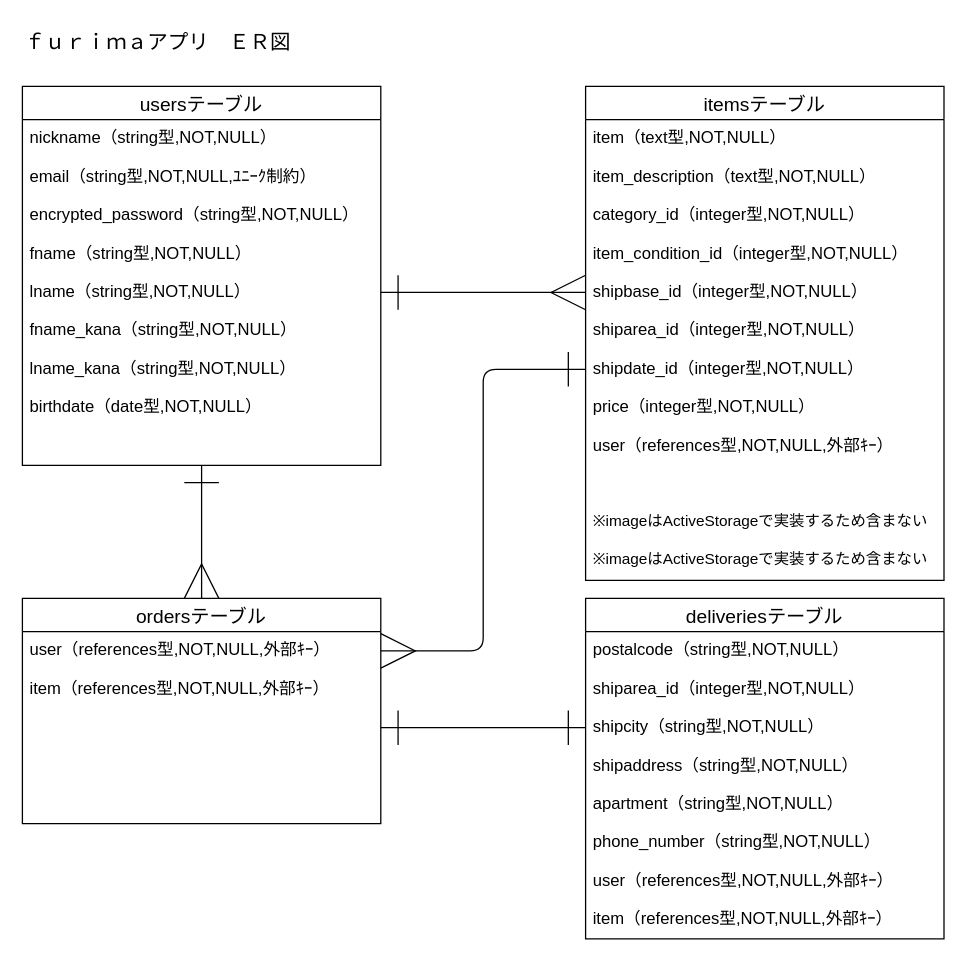
The draw.io diagram er.dio in tk10589/furima-39354, before the edit. Source tidied: cells renumbered, new cells numbered last; positions are measured from the earlier drawing's top-left corner, leaving out a move shared by most shapes. Both pictures are drawn from the tidied source at 128%, with x=0, y=0 at pixel (22, 22).
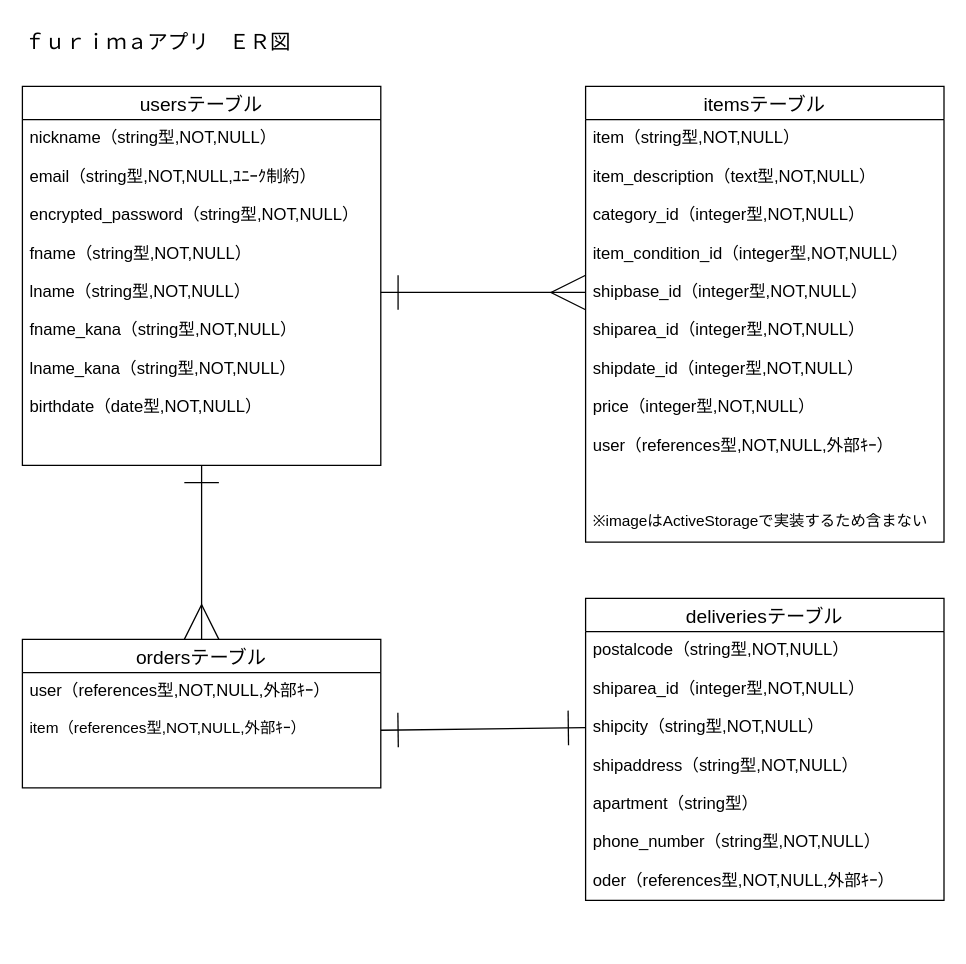
The same diagram, later.

Commit message (it also covers changes not shown here):
READMEにデータベース設計を再記述２

The change refers to these unchanged cells:
```xml
<mxCell id="20" value="shipdate_id（integer型,NOT,NULL）" style="text;strokeColor=none;fillColor=none;spacingLeft=4;spacingRight=4;overflow=hidden;points=[[0,0.5],[1,0.5]];portConstraint=eastwest;fontSize=13;" parent="13" vertex="1">
  <mxGeometry y="206" width="280" height="30" as="geometry" />
</mxCell>
<mxCell id="27" value="user（references型,NOT,NULL,外部ｷｰ）" style="text;strokeColor=none;fillColor=none;spacingLeft=4;spacingRight=4;overflow=hidden;points=[[0,0.5],[1,0.5]];portConstraint=eastwest;fontSize=13;" parent="26" vertex="1">
  <mxGeometry y="26" width="280" height="30" as="geometry" />
</mxCell>
```

Diff of the diagram source:
```diff
@@
     <mxCell id="13" value="itemsテーブル" style="swimlane;fontStyle=0;horizontal=1;startSize=26;align=center;fontSize=15;" parent="1" vertex="1">
-      <mxGeometry x="440" y="50" width="280" height="386" as="geometry" />
+      <mxGeometry x="440" y="50" width="280" height="356" as="geometry" />
     </mxCell>
-    <mxCell id="14" value="item（text型,NOT,NULL）" style="text;strokeColor=none;fillColor=none;spacingLeft=4;spacingRight=4;overflow=hidden;fontSize=13;" parent="13" vertex="1">
+    <mxCell id="14" value="item（string型,NOT,NULL）" style="text;strokeColor=none;fillColor=none;spacingLeft=4;spacingRight=4;overflow=hidden;fontSize=13;" parent="13" vertex="1">
       <mxGeometry y="26" width="280" height="30" as="geometry" />
     </mxCell>
@@
-    <mxCell id="24" value="※imageはActiveStorageで実装するため含まない" style="text;strokeColor=none;fillColor=none;spacingLeft=4;spacingRight=4;overflow=hidden;fontSize=12;" parent="13" vertex="1">
-      <mxGeometry y="326" width="280" height="30" as="geometry" />
-    </mxCell>
     <mxCell id="25" value="※imageはActiveStorageで実装するため含まない" style="text;strokeColor=none;fillColor=none;spacingLeft=4;spacingRight=4;overflow=hidden;fontSize=12;" parent="13" vertex="1">
-      <mxGeometry y="356" width="280" height="30" as="geometry" />
+      <mxGeometry y="326" width="280" height="30" as="geometry" />
     </mxCell>
     <mxCell id="26" value="ordersテーブル" style="swimlane;fontStyle=0;horizontal=1;startSize=26;align=center;fontSize=15;" parent="1" vertex="1">
-      <mxGeometry y="450" width="280" height="176" as="geometry" />
+      <mxGeometry y="482" width="280" height="116" as="geometry" />
     </mxCell>
@@
-    <mxCell id="28" value="item（references型,NOT,NULL,外部ｷｰ）" style="text;strokeColor=none;fillColor=none;spacingLeft=4;spacingRight=4;overflow=hidden;fontSize=13;" parent="26" vertex="1">
-      <mxGeometry y="56" width="280" height="30" as="geometry" />
-    </mxCell>
-    <mxCell id="29" style="text;strokeColor=none;fillColor=none;spacingLeft=4;spacingRight=4;overflow=hidden;points=[[0,0.5],[1,0.5]];portConstraint=eastwest;fontSize=12;" parent="26" vertex="1">
-      <mxGeometry y="86" width="280" height="30" as="geometry" />
+    <mxCell id="29" value="item（references型,NOT,NULL,外部ｷｰ）" style="text;strokeColor=none;fillColor=none;spacingLeft=4;spacingRight=4;overflow=hidden;points=[[0,0.5],[1,0.5]];portConstraint=eastwest;fontSize=12;" parent="26" vertex="1">
+      <mxGeometry y="56" width="280" height="30" as="geometry" />
     </mxCell>
-    <mxCell id="30" style="text;strokeColor=none;fillColor=none;spacingLeft=4;spacingRight=4;overflow=hidden;fontSize=12;" parent="26" vertex="1">
-      <mxGeometry y="116" width="280" height="30" as="geometry" />
-    </mxCell>
     <mxCell id="31" style="text;strokeColor=none;fillColor=none;spacingLeft=4;spacingRight=4;overflow=hidden;fontSize=12;" parent="26" vertex="1">
-      <mxGeometry y="146" width="280" height="30" as="geometry" />
+      <mxGeometry y="86" width="280" height="30" as="geometry" />
     </mxCell>
     <mxCell id="32" value="deliveriesテーブル" style="swimlane;fontStyle=0;horizontal=1;startSize=26;align=center;fontSize=15;" parent="1" vertex="1">
-      <mxGeometry x="440" y="450" width="280" height="266" as="geometry" />
+      <mxGeometry x="440" y="450" width="280" height="236" as="geometry" />
     </mxCell>
@@
-    <mxCell id="37" value="apartment（string型,NOT,NULL）" style="text;strokeColor=none;fillColor=none;spacingLeft=4;spacingRight=4;overflow=hidden;fontSize=13;" parent="32" vertex="1">
+    <mxCell id="37" value="apartment（string型）" style="text;strokeColor=none;fillColor=none;spacingLeft=4;spacingRight=4;overflow=hidden;fontSize=13;" parent="32" vertex="1">
       <mxGeometry y="146" width="280" height="30" as="geometry" />
     </mxCell>
@@
-    <mxCell id="39" value="user（references型,NOT,NULL,外部ｷｰ）" style="text;strokeColor=none;fillColor=none;spacingLeft=4;spacingRight=4;overflow=hidden;fontSize=13;" parent="32" vertex="1">
+    <mxCell id="39" value="oder（references型,NOT,NULL,外部ｷｰ）" style="text;strokeColor=none;fillColor=none;spacingLeft=4;spacingRight=4;overflow=hidden;fontSize=13;" parent="32" vertex="1">
       <mxGeometry y="206" width="280" height="30" as="geometry" />
     </mxCell>
-    <mxCell id="40" value="item（references型,NOT,NULL,外部ｷｰ）" style="text;strokeColor=none;fillColor=none;spacingLeft=4;spacingRight=4;overflow=hidden;fontSize=13;" parent="32" vertex="1">
-      <mxGeometry y="236" width="280" height="30" as="geometry" />
-    </mxCell>
@@
-    <mxCell id="43" style="edgeStyle=orthogonalEdgeStyle;fontSize=12;html=1;endArrow=ERone;endFill=0;startSize=25;endSize=25;jumpSize=6;exitX=1;exitY=0.5;exitDx=0;exitDy=0;entryX=0;entryY=0.5;entryDx=0;entryDy=0;startArrow=ERmany;startFill=0;" parent="1" edge="1" source="27" target="20">
-      <mxGeometry relative="1" as="geometry" />
-    </mxCell>
```
